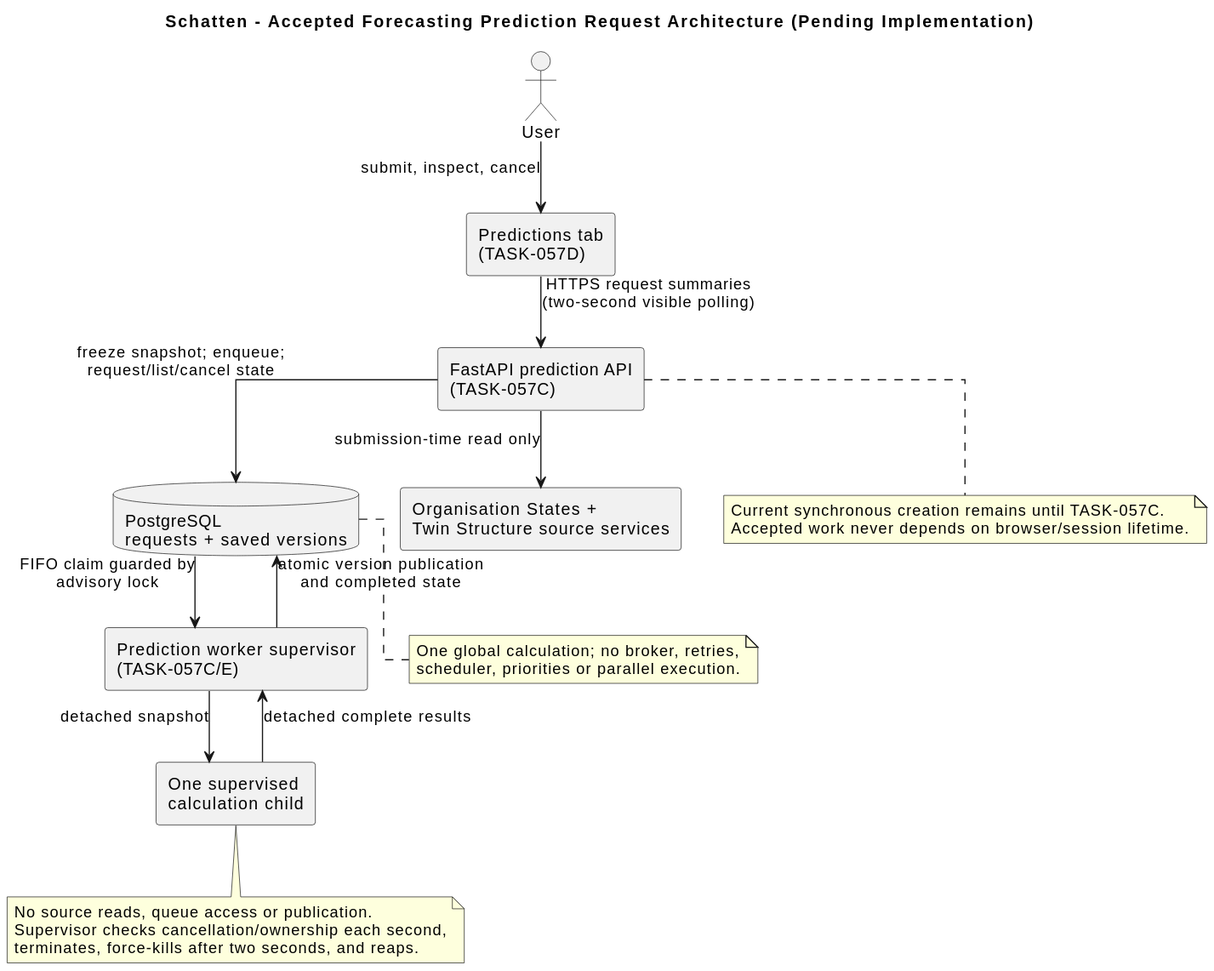
Above: docs/diagrams/generated/component-forecasting-prediction-requests.svg in lupaus-eu/shadow (PlantUML), before the change.
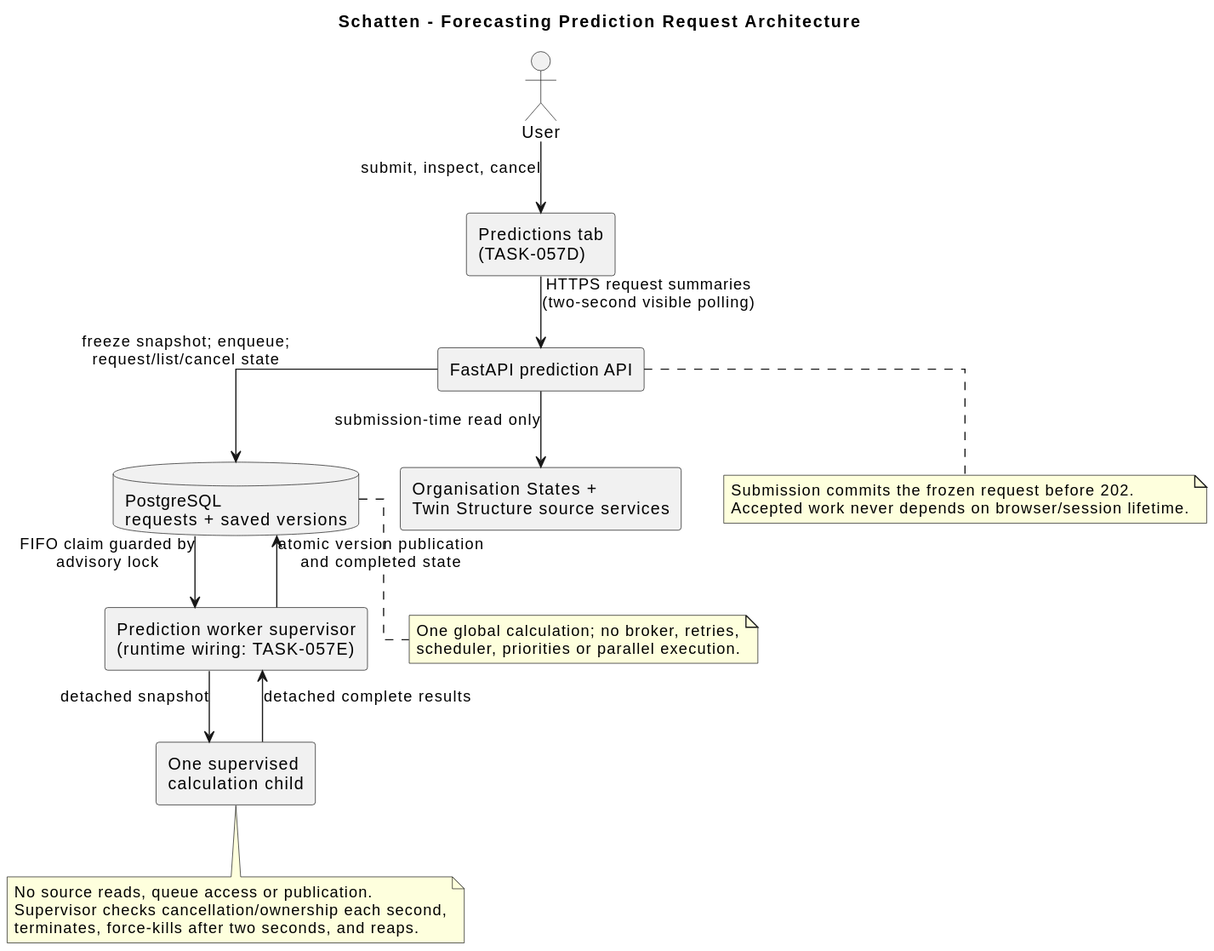
After the change.

What changed in the source:
```diff
@@ -1,14 +1,14 @@
 @startuml
-title Schatten - Accepted Forecasting Prediction Request Architecture (Pending Implementation)
+title Schatten - Forecasting Prediction Request Architecture
 
 skinparam componentStyle rectangle
 skinparam linetype ortho
 
 actor User
 component "Predictions tab\n(TASK-057D)" as ui
-component "FastAPI prediction API\n(TASK-057C)" as api
+component "FastAPI prediction API" as api
 database "PostgreSQL\nrequests + saved versions" as database
-component "Prediction worker supervisor\n(TASK-057C/E)" as worker
+component "Prediction worker supervisor\n(runtime wiring: TASK-057E)" as worker
 component "One supervised\ncalculation child" as child
 component "Organisation States +\nTwin Structure source services" as sources
 
@@ -22,7 +22,7 @@
 api --> sources : submission-time read only
 
 note bottom of api
-  Current synchronous creation remains until TASK-057C.
+  Submission commits the frozen request before 202.
   Accepted work never depends on browser/session lifetime.
 end note
 
```
